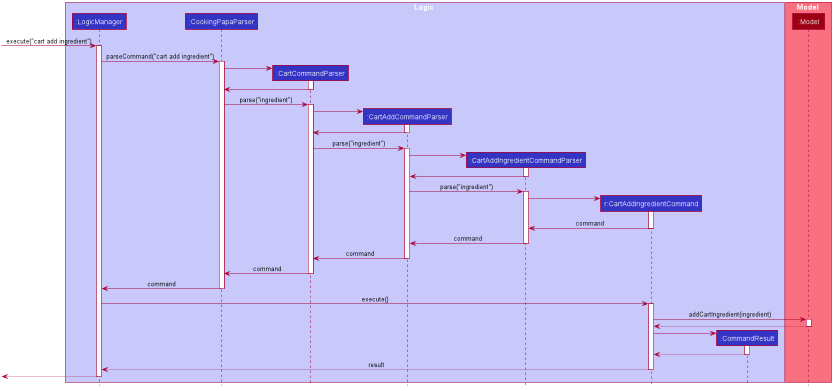
This is docs/images/CartAddIngredientSequenceDiagram.png from tzihiang/main, a PlantUML export, as it was before one commit.
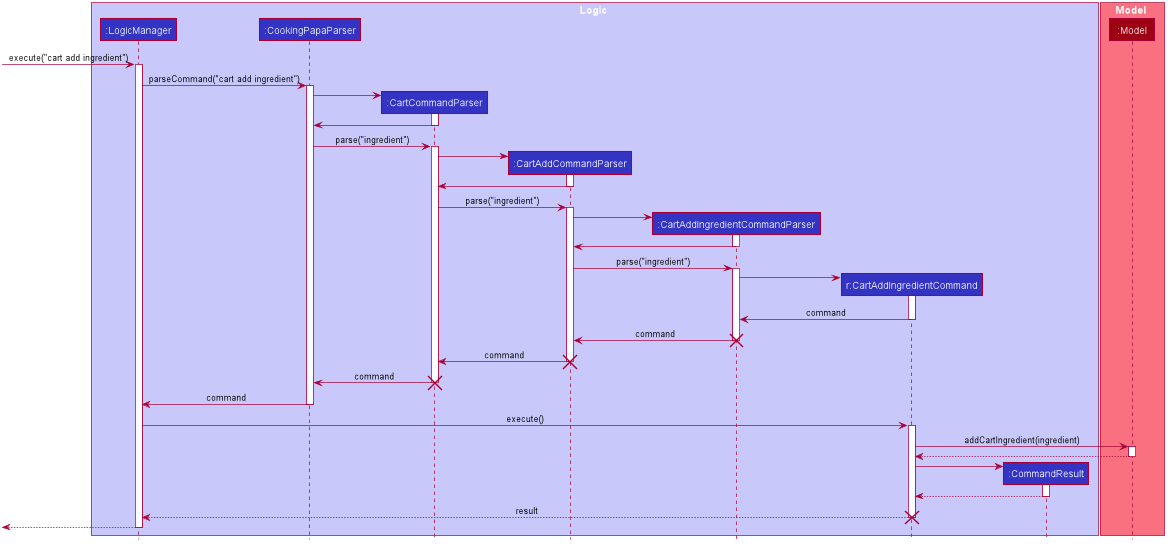
After the commit.

Commit message:
Updated UML diagrams for DG

What changed in the source:
```diff
@@ -107,13 +107,13 @@
 deactivate CartAddIngredientCommand
 
 CartAddIngredientCommandParser -> CartAddCommandParser : command
-deactivate CartAddIngredientCommandParser
+destroy CartAddIngredientCommandParser
 
 CartAddCommandParser -> CartCommandParser : command
-deactivate CartAddCommandParser
+destroy CartAddCommandParser
 
 CartCommandParser -> CookingPapaParser : command
-deactivate CartCommandParser
+destroy CartCommandParser
 
 CookingPapaParser -> LogicManager : command
 deactivate CookingPapaParser
@@ -135,7 +135,7 @@
 deactivate CommandResult
 
 CartAddIngredientCommand --> LogicManager : result
-deactivate CartAddIngredientCommand
+destroy CartAddIngredientCommand
 
 [<--LogicManager
 deactivate LogicManager
```
